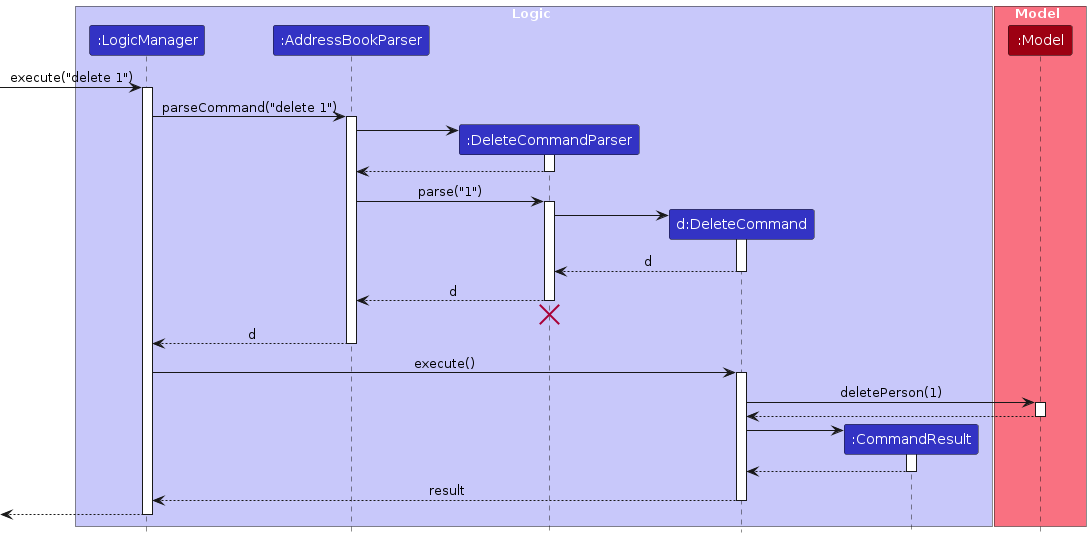
Earlier version of the PlantUML export diagrams/DeleteSequenceDiagram.png (wjayee/tp). Its source is kept beside it as diagrams/DeleteSequenceDiagram.puml. Its diagram source:
```plantuml
@startuml
!include style.puml
skinparam ArrowFontStyle plain

box Logic LOGIC_COLOR_T1
participant ":LogicManager" as LogicManager LOGIC_COLOR
participant ":AddressBookParser" as AddressBookParser LOGIC_COLOR
participant ":DeleteCommandParser" as DeleteCommandParser LOGIC_COLOR
participant "d:DeleteCommand" as DeleteCommand LOGIC_COLOR
participant ":CommandResult" as CommandResult LOGIC_COLOR
end box

box Model MODEL_COLOR_T1
participant ":Model" as Model MODEL_COLOR
end box

[-> LogicManager : execute("delete 1")
activate LogicManager

LogicManager -> AddressBookParser : parseCommand("delete 1")
activate AddressBookParser

create DeleteCommandParser
AddressBookParser -> DeleteCommandParser
activate DeleteCommandParser

DeleteCommandParser --> AddressBookParser
deactivate DeleteCommandParser

AddressBookParser -> DeleteCommandParser : parse("1")
activate DeleteCommandParser

create DeleteCommand
DeleteCommandParser -> DeleteCommand
activate DeleteCommand

DeleteCommand --> DeleteCommandParser : d
deactivate DeleteCommand

DeleteCommandParser --> AddressBookParser : d
deactivate DeleteCommandParser
DeleteCommandParser -[hidden]-> AddressBookParser
destroy DeleteCommandParser

AddressBookParser --> LogicManager : d
deactivate AddressBookParser

LogicManager -> DeleteCommand : execute()
activate DeleteCommand

DeleteCommand -> Model : deletePerson(1)
activate Model

Model --> DeleteCommand
deactivate Model

create CommandResult
DeleteCommand -> CommandResult
activate CommandResult

CommandResult --> DeleteCommand
deactivate CommandResult

DeleteCommand --> LogicManager : result
deactivate DeleteCommand

[<--LogicManager
deactivate LogicManager
@enduml
```
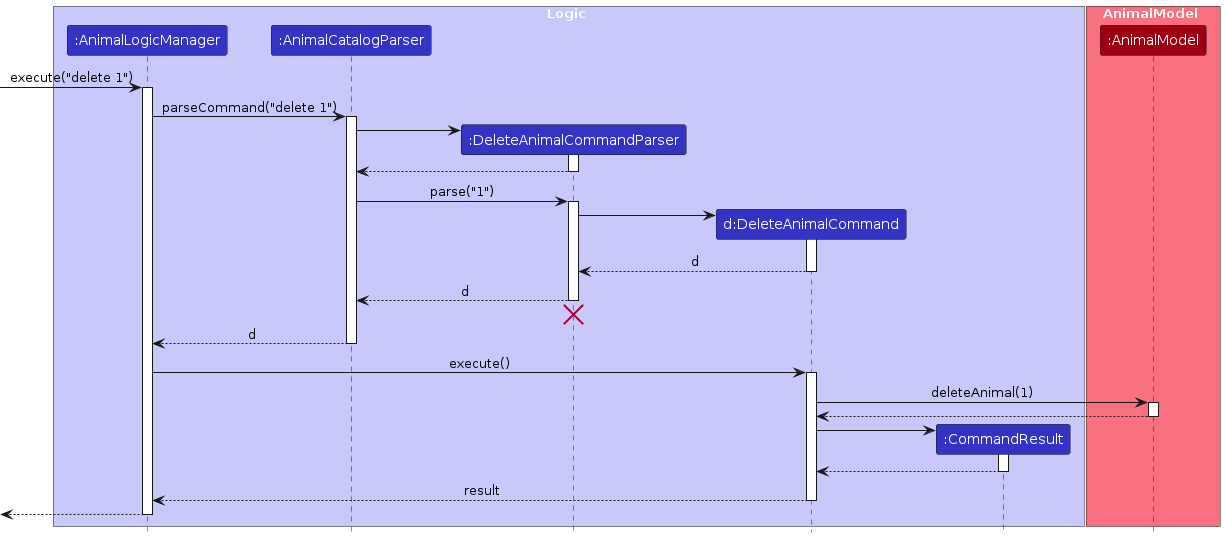
The same file after the commit.

Diff of the diagram source:
```diff
@@ -3,67 +3,67 @@
 skinparam ArrowFontStyle plain
 
 box Logic LOGIC_COLOR_T1
-participant ":LogicManager" as LogicManager LOGIC_COLOR
-participant ":AddressBookParser" as AddressBookParser LOGIC_COLOR
-participant ":DeleteCommandParser" as DeleteCommandParser LOGIC_COLOR
-participant "d:DeleteCommand" as DeleteCommand LOGIC_COLOR
+participant ":AnimalLogicManager" as AnimalLogicManager LOGIC_COLOR
+participant ":AnimalCatalogParser" as AnimalCatalogParser LOGIC_COLOR
+participant ":DeleteAnimalCommandParser" as DeleteAnimalCommandParser LOGIC_COLOR
+participant "d:DeleteAnimalCommand" as DeleteAnimalCommand LOGIC_COLOR
 participant ":CommandResult" as CommandResult LOGIC_COLOR
 end box
 
-box Model MODEL_COLOR_T1
-participant ":Model" as Model MODEL_COLOR
+box AnimalModel MODEL_COLOR_T1
+participant ":AnimalModel" as AnimalModel MODEL_COLOR
 end box
 
-[-> LogicManager : execute("delete 1")
-activate LogicManager
+[-> AnimalLogicManager : execute("delete 1")
+activate AnimalLogicManager
 
-LogicManager -> AddressBookParser : parseCommand("delete 1")
-activate AddressBookParser
+AnimalLogicManager -> AnimalCatalogParser : parseCommand("delete 1")
+activate AnimalCatalogParser
 
-create DeleteCommandParser
-AddressBookParser -> DeleteCommandParser
-activate DeleteCommandParser
+create DeleteAnimalCommandParser
+AnimalCatalogParser -> DeleteAnimalCommandParser
+activate DeleteAnimalCommandParser
 
-DeleteCommandParser --> AddressBookParser
-deactivate DeleteCommandParser
+DeleteAnimalCommandParser --> AnimalCatalogParser
+deactivate DeleteAnimalCommandParser
 
-AddressBookParser -> DeleteCommandParser : parse("1")
-activate DeleteCommandParser
+AnimalCatalogParser -> DeleteAnimalCommandParser : parse("1")
+activate DeleteAnimalCommandParser
 
-create DeleteCommand
-DeleteCommandParser -> DeleteCommand
-activate DeleteCommand
+create DeleteAnimalCommand
+DeleteAnimalCommandParser -> DeleteAnimalCommand
+activate DeleteAnimalCommand
 
-DeleteCommand --> DeleteCommandParser : d
-deactivate DeleteCommand
+DeleteAnimalCommand --> DeleteAnimalCommandParser : d
+deactivate DeleteAnimalCommand
 
-DeleteCommandParser --> AddressBookParser : d
-deactivate DeleteCommandParser
-DeleteCommandParser -[hidden]-> AddressBookParser
-destroy DeleteCommandParser
+DeleteAnimalCommandParser --> AnimalCatalogParser : d
+deactivate DeleteAnimalCommandParser
+DeleteAnimalCommandParser -[hidden]-> AnimalCatalogParser
+destroy DeleteAnimalCommandParser
 
-AddressBookParser --> LogicManager : d
-deactivate AddressBookParser
+AnimalCatalogParser --> AnimalLogicManager : d
+deactivate AnimalCatalogParser
 
-LogicManager -> DeleteCommand : execute()
-activate DeleteCommand
+AnimalLogicManager -> DeleteAnimalCommand : execute()
+activate DeleteAnimalCommand
 
-DeleteCommand -> Model : deletePerson(1)
-activate Model
+DeleteAnimalCommand -> AnimalModel : deleteAnimal(1)
+activate AnimalModel
 
-Model --> DeleteCommand
-deactivate Model
+AnimalModel --> DeleteAnimalCommand
+deactivate AnimalModel
 
 create CommandResult
-DeleteCommand -> CommandResult
+DeleteAnimalCommand -> CommandResult
 activate CommandResult
 
-CommandResult --> DeleteCommand
+CommandResult --> DeleteAnimalCommand
 deactivate CommandResult
 
-DeleteCommand --> LogicManager : result
-deactivate DeleteCommand
+DeleteAnimalCommand --> AnimalLogicManager : result
+deactivate DeleteAnimalCommand
 
-[<--LogicManager
-deactivate LogicManager
+[<--AnimalLogicManager
+deactivate AnimalLogicManager
 @enduml
```
